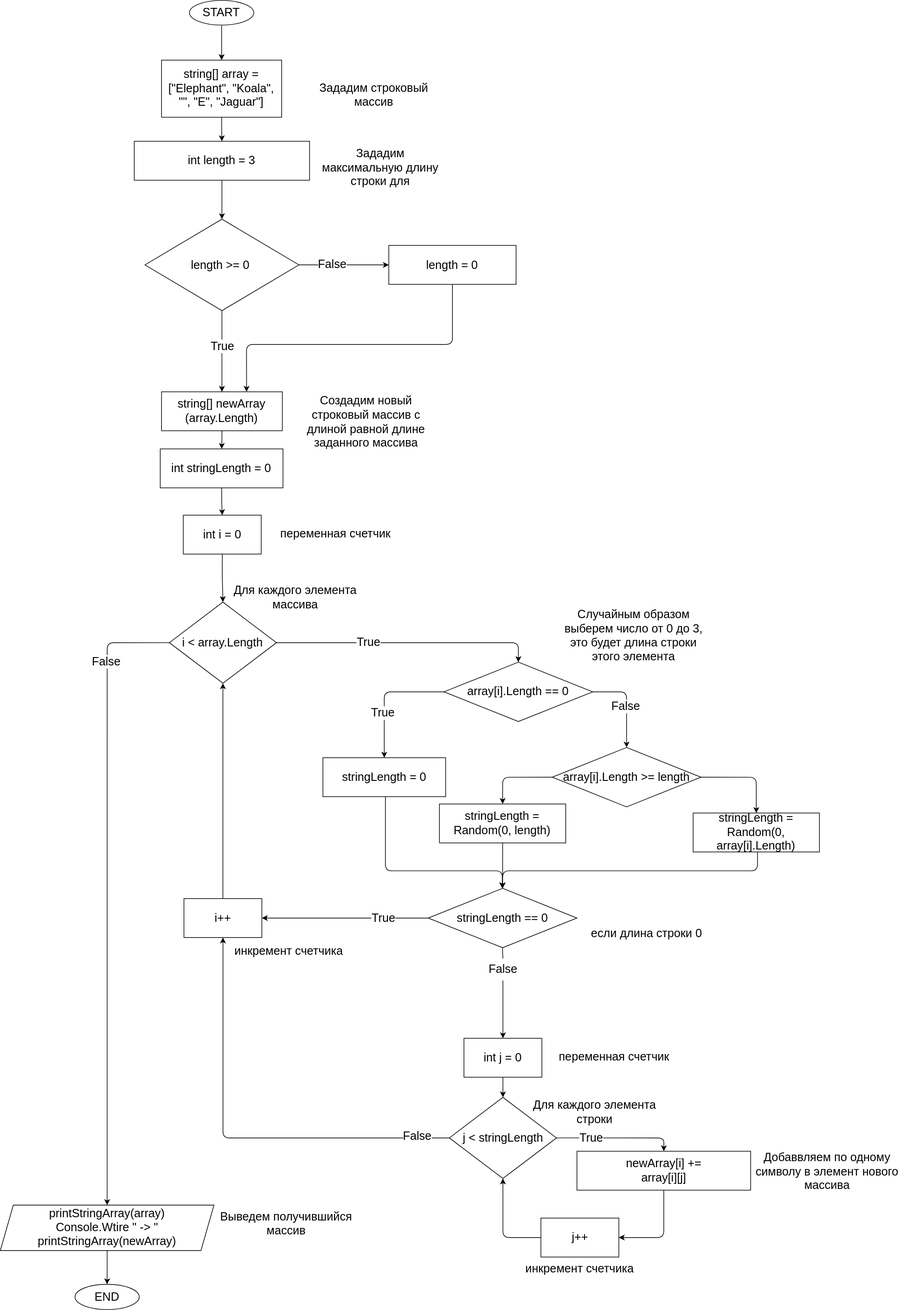
The draw.io diagram task_diagram.drawio.svg in kraftonius/gb_quarter1, before a commit. Source tidied: cells renumbered, new cells last; positions are measured from the earlier drawing's top-left corner, leaving out a move shared by most shapes.
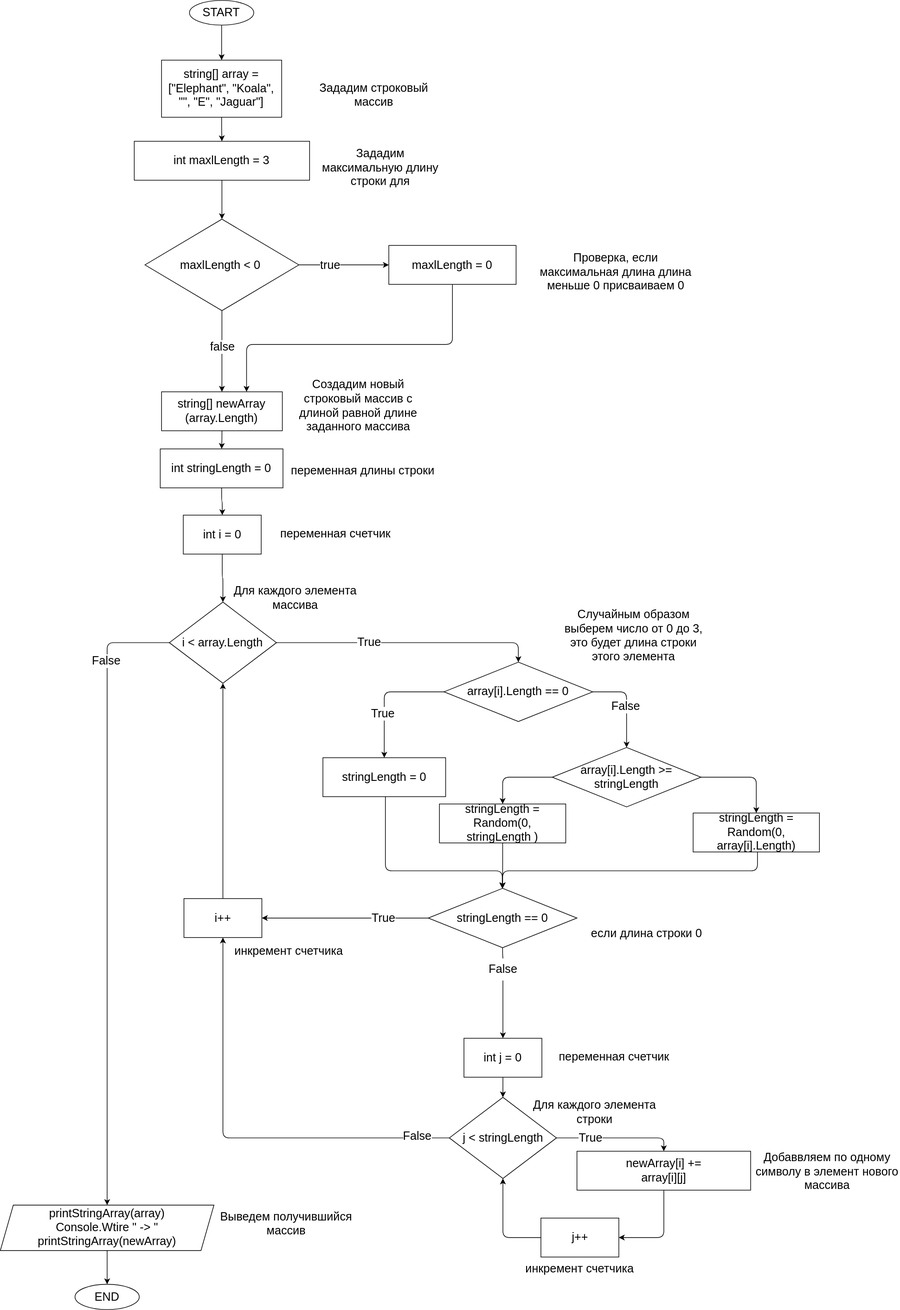
The same file after the commit.

Change to the diagram source:
```diff
@@ -27,7 +27,7 @@
       <mxGeometry x="475.3" y="131" width="201" height="30" as="geometry" />
     </mxCell>
     <mxCell id="10" value="Создадим новый строковый массив с длиной равной длине заданного массива" style="text;html=1;strokeColor=none;fillColor=none;align=center;verticalAlign=middle;whiteSpace=wrap;rounded=0;fontSize=18;" parent="1" vertex="1">
-      <mxGeometry x="463.3" y="635" width="201" height="30" as="geometry" />
+      <mxGeometry x="451" y="610" width="201" height="30" as="geometry" />
     </mxCell>
     <mxCell id="11" style="edgeStyle=orthogonalEdgeStyle;html=1;entryX=0.5;entryY=0;entryDx=0;entryDy=0;fontSize=18;exitX=0;exitY=0.5;exitDx=0;exitDy=0;" parent="1" edge="1" source="15" target="27">
       <mxGeometry relative="1" as="geometry" />
@@ -152,7 +152,7 @@
     <mxCell id="49" style="edgeStyle=orthogonalEdgeStyle;html=1;fontSize=18;" parent="1" edge="1" source="50" target="56">
       <mxGeometry relative="1" as="geometry" />
     </mxCell>
-    <mxCell id="50" value="int length = 3" style="whiteSpace=wrap;html=1;fontSize=18;rounded=0;" parent="1" vertex="1">
+    <mxCell id="50" value="int maxlLength&amp;nbsp;= 3" style="whiteSpace=wrap;html=1;fontSize=18;rounded=0;" parent="1" vertex="1">
       <mxGeometry x="206.3" y="217" width="270" height="60" as="geometry" />
     </mxCell>
     <mxCell id="51" value="Зададим максимальную длину строки для&amp;nbsp;" style="text;html=1;strokeColor=none;fillColor=none;align=center;verticalAlign=middle;whiteSpace=wrap;rounded=0;fontSize=18;" parent="1" vertex="1">
@@ -161,18 +161,18 @@
     <mxCell id="52" style="edgeStyle=orthogonalEdgeStyle;html=1;fontSize=18;" parent="1" edge="1" source="56" target="8">
       <mxGeometry relative="1" as="geometry" />
     </mxCell>
-    <mxCell id="53" value="True" style="edgeLabel;html=1;align=center;verticalAlign=middle;fontSize=18;" parent="52" vertex="1">
+    <mxCell id="53" value="false" style="edgeLabel;html=1;align=center;verticalAlign=middle;fontSize=18;" parent="52" vertex="1">
       <mxGeometry x="-0.12" relative="1" as="geometry" />
     </mxCell>
     <mxCell id="54" style="edgeStyle=orthogonalEdgeStyle;html=1;fontSize=18;" parent="1" edge="1" source="56" target="58">
       <mxGeometry relative="1" as="geometry" />
     </mxCell>
-    <mxCell id="55" value="False" style="edgeLabel;html=1;align=center;verticalAlign=middle;fontSize=18;" parent="54" vertex="1">
-      <mxGeometry x="-0.27" y="2" relative="1" as="geometry">
-        <mxPoint x="1" y="1" as="offset" />
-      </mxGeometry>
-    </mxCell>
+    <mxCell id="75" value="&lt;font style=&quot;font-size: 18px;&quot;&gt;true&lt;/font&gt;" style="edgeLabel;html=1;align=center;verticalAlign=middle;" parent="54" vertex="1">
+      <mxGeometry x="-0.22" y="-3" relative="1" as="geometry">
+        <mxPoint x="-6" y="-3" as="offset" />
+      </mxGeometry>
+    </mxCell>
-    <mxCell id="56" value="length&amp;nbsp;&amp;gt;= 0&lt;span style=&quot;color: rgba(0, 0, 0, 0); font-family: monospace; font-size: 0px; text-align: start;&quot;&gt;%3CmxGraphModel%3E%3Croot%3E%3CmxCell%20id%3D%220%22%2F%3E%3CmxCell%20id%3D%221%22%20parent%3D%220%22%2F%3E%3CmxCell%20id%3D%222%22%20value%3D%22int%20maxStringLength%20%3D%203%22%20style%3D%22whiteSpace%3Dwrap%3Bhtml%3D1%3BfontSize%3D18%3Brounded%3D0%3B%22%20vertex%3D%221%22%20parent%3D%221%22%3E%3CmxGeometry%20x%3D%22614.5%22%20y%3D%22-45%22%20width%3D%22270%22%20height%3D%2260%22%20as%3D%22geometry%22%2F%3E%3C%2FmxCell%3E%3C%2Froot%3E%3C%2FmxGraphModel%3E&lt;/span&gt;" style="rhombus;whiteSpace=wrap;html=1;fontSize=18;rounded=0;" parent="1" vertex="1">
+    <mxCell id="56" value="maxlLength &amp;lt;&amp;nbsp;0&lt;span style=&quot;color: rgba(0, 0, 0, 0); font-family: monospace; font-size: 0px; text-align: start;&quot;&gt;%3CmxGraphModel%3E%3Croot%3E%3CmxCell%20id%3D%220%22%2F%3E%3CmxCell%20id%3D%221%22%20parent%3D%220%22%2F%3E%3CmxCell%20id%3D%222%22%20value%3D%22int%20maxStringLength%20%3D%203%22%20style%3D%22whiteSpace%3Dwrap%3Bhtml%3D1%3BfontSize%3D18%3Brounded%3D0%3B%22%20vertex%3D%221%22%20parent%3D%221%22%3E%3CmxGeometry%20x%3D%22614.5%22%20y%3D%22-45%22%20width%3D%22270%22%20height%3D%2260%22%20as%3D%22geometry%22%2F%3E%3C%2FmxCell%3E%3C%2Froot%3E%3C%2FmxGraphModel%3E&lt;/span&gt;" style="rhombus;whiteSpace=wrap;html=1;fontSize=18;rounded=0;" parent="1" vertex="1">
       <mxGeometry x="222.8" y="337" width="237" height="141" as="geometry" />
     </mxCell>
     <mxCell id="57" style="edgeStyle=orthogonalEdgeStyle;html=1;fontSize=18;exitX=0.5;exitY=1;exitDx=0;exitDy=0;entryX=0.704;entryY=0;entryDx=0;entryDy=0;entryPerimeter=0;" parent="1" edge="1" source="58" target="8">
@@ -183,13 +183,13 @@
         </Array>
       </mxGeometry>
     </mxCell>
-    <mxCell id="58" value="length = 0" style="whiteSpace=wrap;html=1;fontSize=18;rounded=0;" parent="1" vertex="1">
+    <mxCell id="58" value="maxlLength&amp;nbsp;= 0" style="whiteSpace=wrap;html=1;fontSize=18;rounded=0;" parent="1" vertex="1">
       <mxGeometry x="598.3" y="377.5" width="196" height="60" as="geometry" />
     </mxCell>
     <mxCell id="59" style="edgeStyle=orthogonalEdgeStyle;shape=connector;rounded=1;html=1;entryX=0.5;entryY=0;entryDx=0;entryDy=0;labelBackgroundColor=default;strokeColor=default;fontFamily=Helvetica;fontSize=18;fontColor=default;endArrow=classic;" parent="1" edge="1" source="60" target="69">
       <mxGeometry relative="1" as="geometry" />
     </mxCell>
-    <mxCell id="60" value="stringLength = Random(0, length)" style="whiteSpace=wrap;html=1;fontSize=18;" parent="1" vertex="1">
+    <mxCell id="60" value="stringLength = Random(0, stringLength&amp;nbsp;)" style="whiteSpace=wrap;html=1;fontSize=18;" parent="1" vertex="1">
       <mxGeometry x="676.2" y="1238" width="194.5" height="60" as="geometry" />
     </mxCell>
     <mxCell id="61" style="edgeStyle=orthogonalEdgeStyle;html=1;fontSize=18;endArrow=none;exitX=0.5;exitY=1;exitDx=0;exitDy=0;" parent="1" edge="1" source="69" target="62">
@@ -230,7 +230,7 @@
     <mxCell id="71" style="edgeStyle=orthogonalEdgeStyle;shape=connector;rounded=1;html=1;entryX=0.5;entryY=0;entryDx=0;entryDy=0;labelBackgroundColor=default;strokeColor=default;fontFamily=Helvetica;fontSize=18;fontColor=default;endArrow=classic;exitX=1;exitY=0.5;exitDx=0;exitDy=0;" parent="1" edge="1" source="72" target="74">
       <mxGeometry relative="1" as="geometry" />
     </mxCell>
-    <mxCell id="72" value="array[i].Length &amp;gt;= length" style="rhombus;whiteSpace=wrap;html=1;fontSize=18;" parent="1" vertex="1">
+    <mxCell id="72" value="array[i].Length &amp;gt;= stringLength&amp;nbsp;" style="rhombus;whiteSpace=wrap;html=1;fontSize=18;" parent="1" vertex="1">
       <mxGeometry x="849.9" y="1151" width="229" height="91.5" as="geometry" />
     </mxCell>
     <mxCell id="73" style="edgeStyle=orthogonalEdgeStyle;shape=connector;rounded=1;html=1;entryX=0.5;entryY=0;entryDx=0;entryDy=0;labelBackgroundColor=default;strokeColor=default;fontFamily=Helvetica;fontSize=18;fontColor=default;endArrow=classic;" parent="1" edge="1" source="74" target="69">
@@ -244,5 +244,11 @@
     <mxCell id="74" value="stringLength = Random(0, array[i].Length)" style="whiteSpace=wrap;html=1;fontSize=18;" parent="1" vertex="1">
       <mxGeometry x="1066.9" y="1252" width="194.5" height="60" as="geometry" />
     </mxCell>
+    <mxCell id="76" value="Проверка, если максимальная длина длина меньше 0 присваиваем 0" style="text;html=1;strokeColor=none;fillColor=none;align=center;verticalAlign=middle;whiteSpace=wrap;rounded=0;fontSize=18;" parent="1" vertex="1">
+      <mxGeometry x="823" y="384" width="250" height="70" as="geometry" />
+    </mxCell>
+    <mxCell id="77" value="переменная длины строки" style="text;html=1;strokeColor=none;fillColor=none;align=center;verticalAlign=middle;whiteSpace=wrap;rounded=0;fontSize=18;" parent="1" vertex="1">
+      <mxGeometry x="447" y="693" width="223" height="63" as="geometry" />
+    </mxCell>
   </root>
 </mxGraphModel>
```
